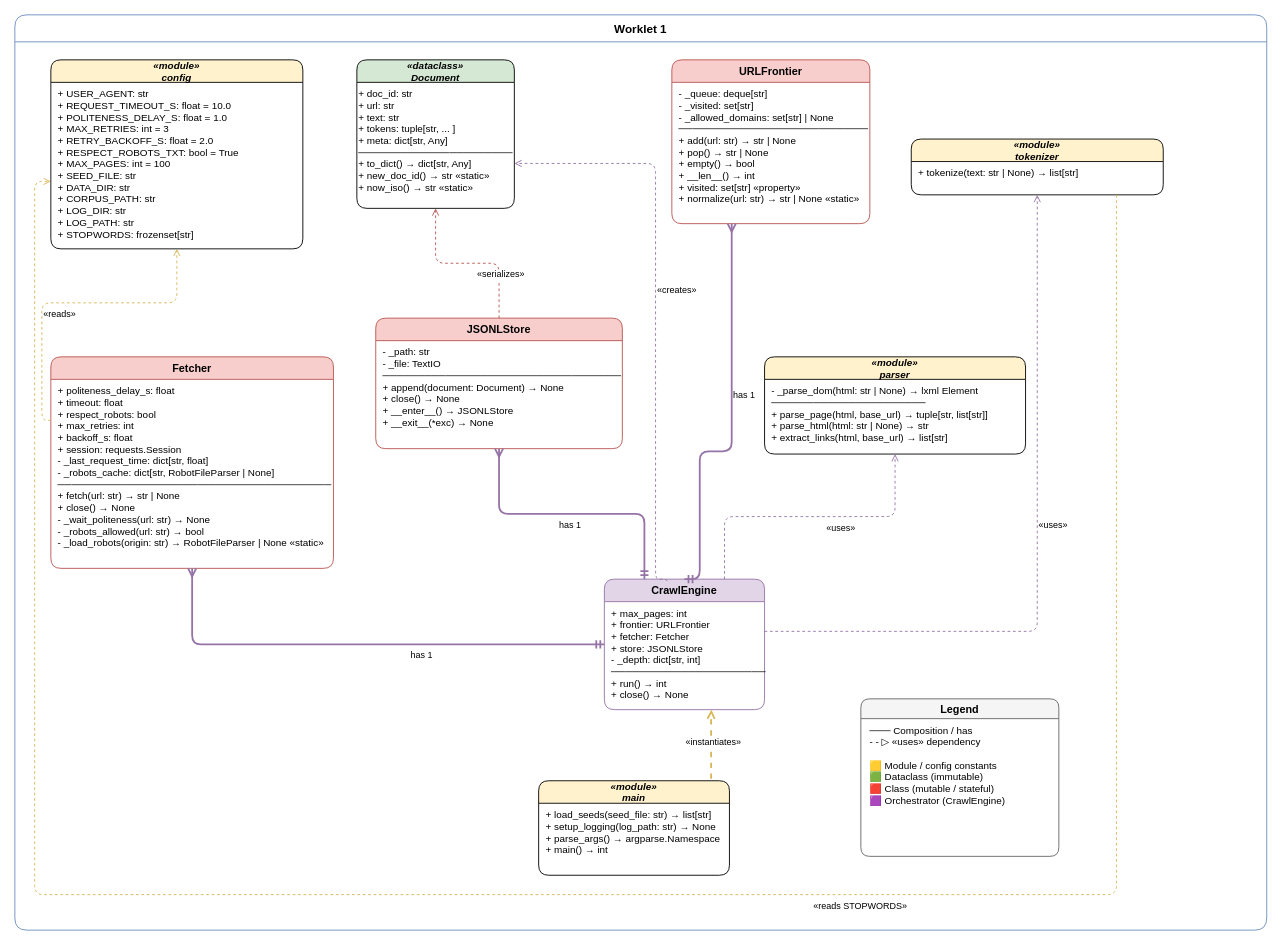
This is wl1/Worklet1UML.drawio from BhaveshGadling77/Mini-Search-Engine, a draw.io file, before an edit. Source tidied: cells renumbered, new cells numbered last; positions are measured from the earlier drawing's top-left corner, leaving out a move shared by most shapes. Both pictures are drawn from the tidied source at 90%, with x=0, y=0 at pixel (14, 14).
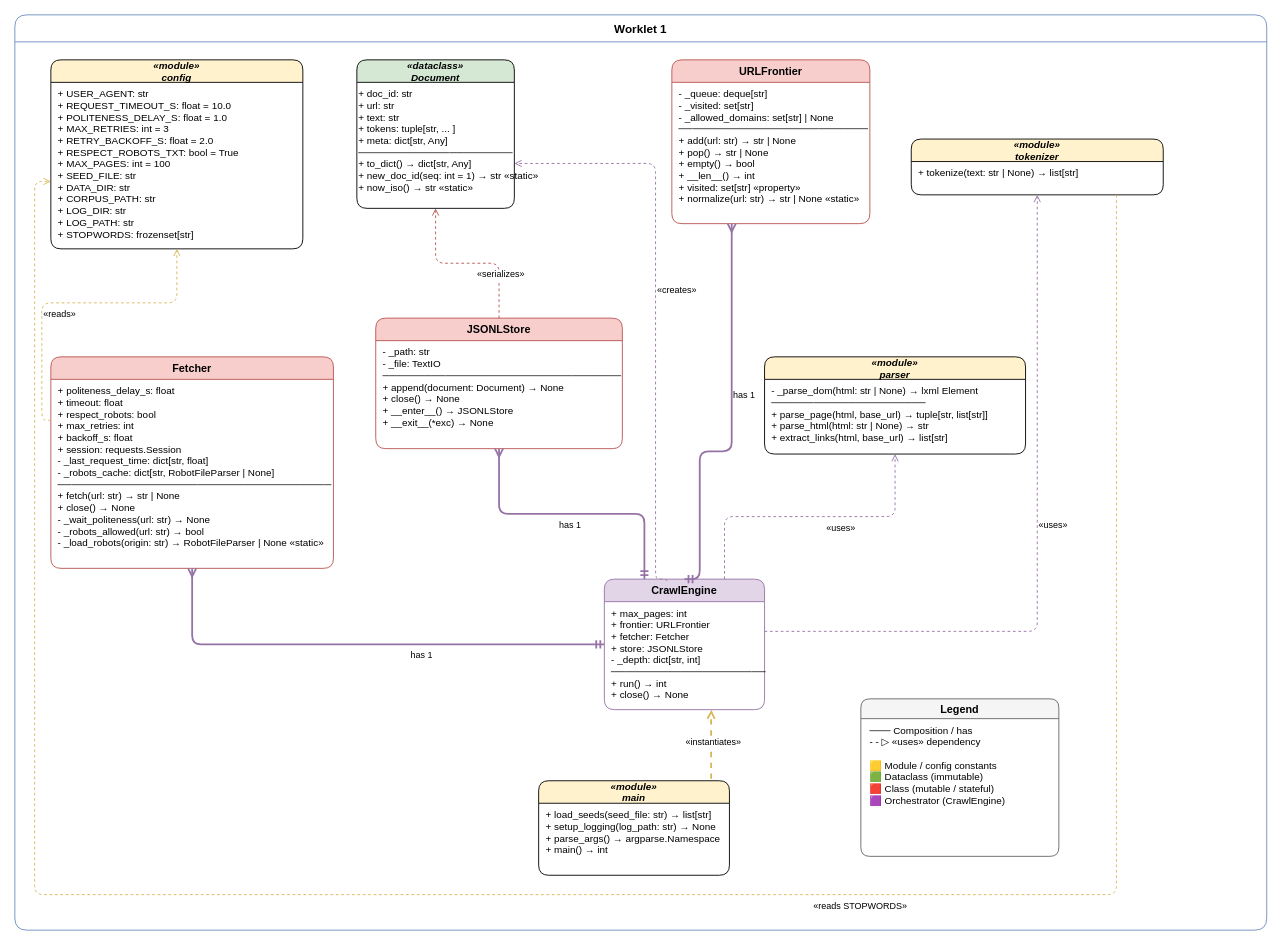
The same diagram, later.

The change refers to these unchanged cells:
```xml
<mxCell id="5" value="«dataclass»&#10;Document" style="swimlane;startSize=25;fillColor=#d5e8d4;  strokeColor=#82b366;fontStyle=3;fontSize=11;rounded=1;" parent="2" vertex="1">
  <mxGeometry x="380" y="50" width="175" height="165" as="geometry" />
</mxCell>
```

The edit, as a diff of the source:
```diff
@@
-    <mxCell id="6" value="+ doc_id: str&#10;+ url: str&#10;+ text: str&#10;+ tokens: tuple[str, ...  ]&#10;+ meta: dict[str, Any]&#10;──────────────────────&#10;+ to_dict() → dict[str, Any]&#10;+ new_doc_id() → str  «static»&#10;+ now_iso() → str  «static»" style="text;strokeColor=none;fillColor=none;align=left;verticalAlign=top;  spacingLeft=6;fontSize=11;" parent="5" vertex="1">
+    <mxCell id="6" value="+ doc_id: str&#10;+ url: str&#10;+ text: str&#10;+ tokens: tuple[str, ...  ]&#10;+ meta: dict[str, Any]&#10;──────────────────────&#10;+ to_dict() → dict[str, Any]&#10;+ new_doc_id(seq: int = 1) → str  «static»&#10;+ now_iso() → str  «static»" style="text;strokeColor=none;fillColor=none;align=left;verticalAlign=top;  spacingLeft=6;fontSize=11;" parent="5" vertex="1">
       <mxGeometry y="25" width="175" height="140" as="geometry" />
     </mxCell>
```
